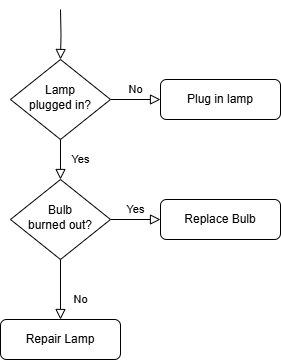
Papi1997/Ecommerce_ERD keeps this draw.io diagram as Untitled Diagram.drawio.png. Above is the earlier version. Source tidied: cells renumbered, new cells last; positions are measured from the earlier drawing's top-left corner, leaving out a move shared by most shapes.
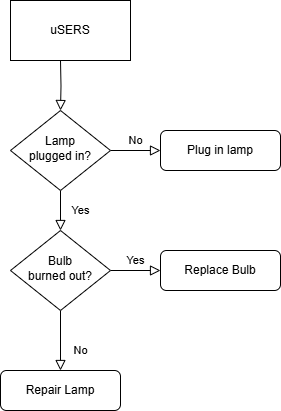
After the change.

The edit, as a diff of the source:
```diff
@@ -34,5 +34,8 @@
     <mxCell id="11" value="Replace Bulb" style="rounded=1;whiteSpace=wrap;html=1;fontSize=12;glass=0;strokeWidth=1;shadow=0;" parent="1" vertex="1">
       <mxGeometry x="160" y="190" width="120" height="40" as="geometry" />
     </mxCell>
+    <mxCell id="12" value="uSERS" style="rounded=0;whiteSpace=wrap;html=1;" parent="1" vertex="1">
+      <mxGeometry x="10" y="-60" width="120" height="60" as="geometry" />
+    </mxCell>
   </root>
 </mxGraphModel>
```
